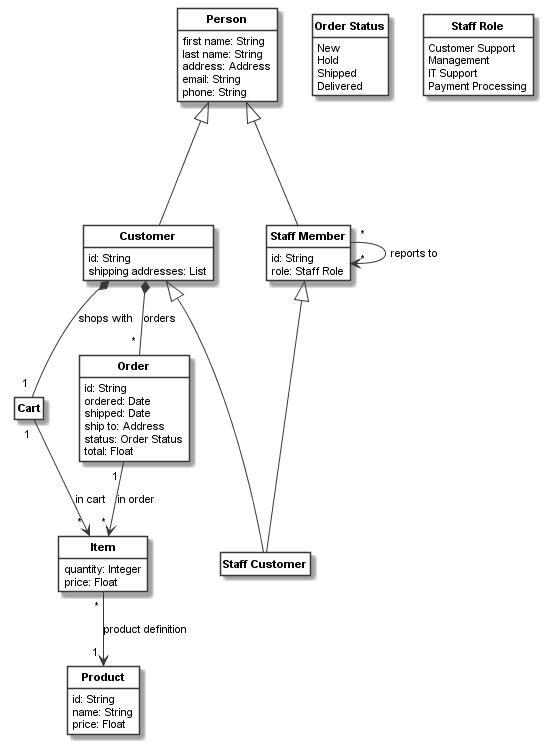
Above: docs/_images/shopping_model3_all.png in uzdun/CodeableModels (PlantUML), before the change.
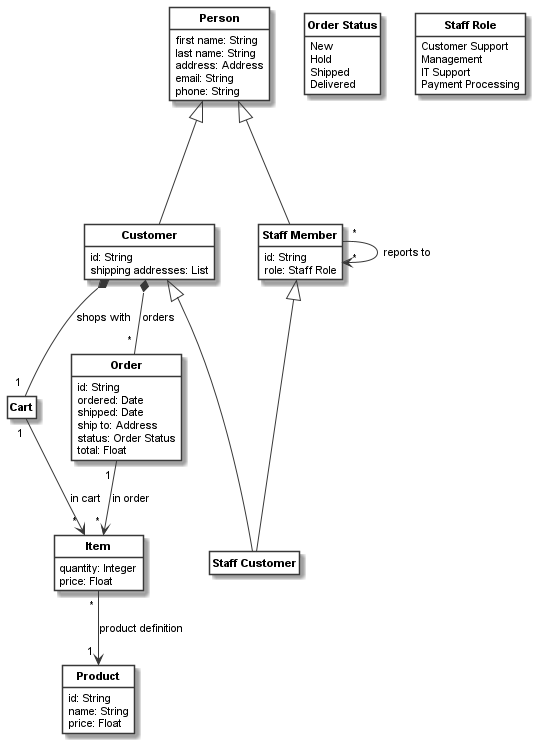
After the change.

Change to the diagram source:
```diff
@@ -5,20 +5,19 @@
 hide circle
 skinparam defaultFontName Arial
 skinparam defaultFontSize 11
-skinparam classfontstyle bold
-class "Cart" as __1_Cart
-class "Item" as __2_Item{
+class "<b>Cart</b>" as __1_Cart
+class "<b>Item</b>" as __2_Item{
 quantity: Integer
 price: Float
 }
 
-class "Product" as __3_Product{
+class "<b>Product</b>" as __3_Product{
 id: String
 name: String
 price: Float
 }
 
-class "Order" as __4_Order{
+class "<b>Order</b>" as __4_Order{
 id: String
 ordered: Date
 shipped: Date
@@ -27,12 +26,12 @@
 total: Float
 }
 
-class "Customer" as __5_Customer{
+class "<b>Customer</b>" as __5_Customer{
 id: String
 shipping addresses: List
 }
 
-class "Person" as __6_Person{
+class "<b>Person</b>" as __6_Person{
 first name: String
 last name: String
 address: Address
@@ -40,20 +39,20 @@
 phone: String
 }
 
-class "Staff Member" as __7_Staff_Member{
+class "<b>Staff Member</b>" as __7_Staff_Member{
 id: String
 role: Staff Role
 }
 
-class "Staff Customer" as __8_Staff_Customer
-class "Order Status" as __9_Order_Status{
+class "<b>Staff Customer</b>" as __8_Staff_Customer
+class "<b>Order Status</b>" as __9_Order_Status{
 New
 Hold
 Shipped
 Delivered
 }
 
-class "Staff Role" as __10_Staff_Role{
+class "<b>Staff Role</b>" as __10_Staff_Role{
 Customer Support
 Management
 IT Support
```
